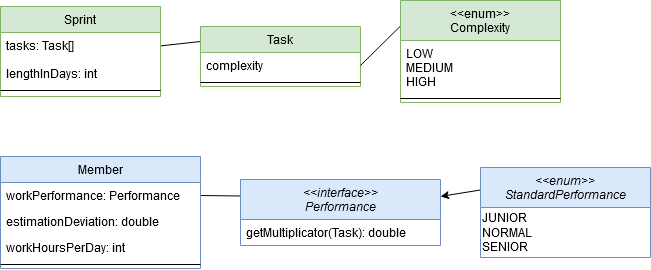
Earlier version of the draw.io export readme/class-diagram.png (slothsoft/sprint-simulation). Source tidied: cells renumbered, new cells last; positions are measured from the earlier drawing's top-left corner, leaving out a move shared by most shapes.
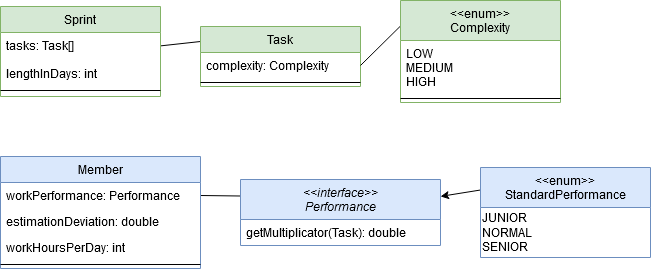
After the commit.

What changed in the source:
```diff
@@ -23,7 +23,7 @@
     <mxCell id="8" value="Task" style="swimlane;fontStyle=0;align=center;verticalAlign=top;horizontal=1;startSize=26;rounded=0;shadow=0;strokeWidth=1;fillColor=#d5e8d4;strokeColor=#82b366;whiteSpace=wrap;" parent="1" vertex="1">
       <mxGeometry x="200" y="26" width="160" height="60" as="geometry" />
     </mxCell>
-    <mxCell id="9" value="complexity" style="text;align=left;verticalAlign=top;spacingLeft=4;spacingRight=4;overflow=hidden;points=[[0,0.5],[1,0.5]];portConstraint=eastwest;" parent="8" vertex="1">
+    <mxCell id="9" value="complexity: Complexity" style="text;align=left;verticalAlign=top;spacingLeft=4;spacingRight=4;overflow=hidden;points=[[0,0.5],[1,0.5]];portConstraint=eastwest;" parent="8" vertex="1">
       <mxGeometry y="26" width="160" height="26" as="geometry" />
     </mxCell>
     <mxCell id="10" style="line;html=1;strokeWidth=1;align=left;verticalAlign=middle;spacingTop=-1;spacingLeft=3;spacingRight=3;labelPosition=right;" parent="8" vertex="1">
@@ -62,7 +62,7 @@
     <mxCell id="21" value="getMultiplicator(Task): double" style="text;align=left;verticalAlign=top;spacingLeft=4;spacingRight=4;overflow=hidden;" parent="20" vertex="1">
       <mxGeometry y="40" width="200" height="26" as="geometry" />
     </mxCell>
-    <mxCell id="22" value="&lt;&lt;enum&gt;&gt;&#10;StandardPerformance" style="swimlane;fontStyle=2;align=center;verticalAlign=top;horizontal=1;startSize=40;rounded=0;shadow=0;strokeWidth=1;fillColor=#dae8fc;strokeColor=#6c8ebf;" parent="1" vertex="1">
+    <mxCell id="22" value="&lt;&lt;enum&gt;&gt;&#10;StandardPerformance" style="swimlane;fontStyle=0;align=center;verticalAlign=top;horizontal=1;startSize=40;rounded=0;shadow=0;strokeWidth=1;fillColor=#dae8fc;strokeColor=#6c8ebf;" parent="1" vertex="1">
       <mxGeometry x="480" y="167" width="170" height="90" as="geometry" />
     </mxCell>
     <mxCell id="23" value="&lt;div&gt;JUNIOR&lt;/div&gt;NORMAL&lt;br&gt;SENIOR" style="text;html=1;align=left;verticalAlign=middle;" parent="22" vertex="1">
```
